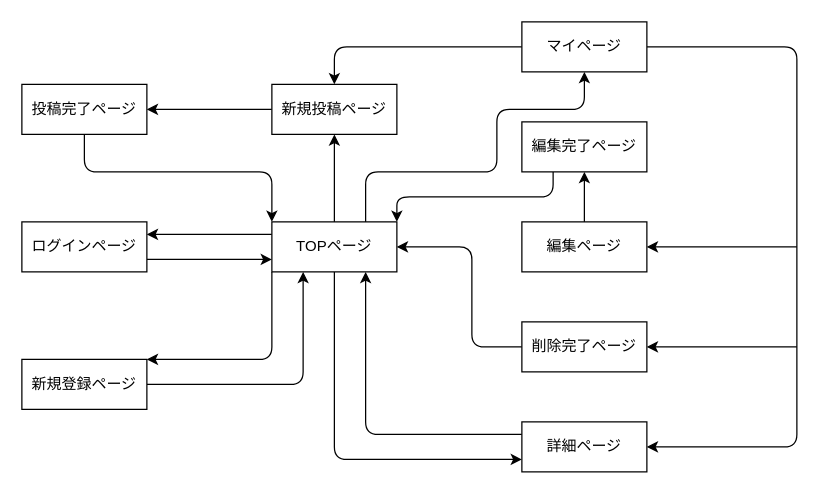
This is screen_transition_diagram.dio from Shaitaxx/gadget, a draw.io file, before an edit. Source tidied: cells renumbered, new cells numbered last; positions are measured from the earlier drawing's top-left corner, leaving out a move shared by most shapes. Both pictures are drawn from the tidied source at 125%, with x=0, y=0 at pixel (21, 21).
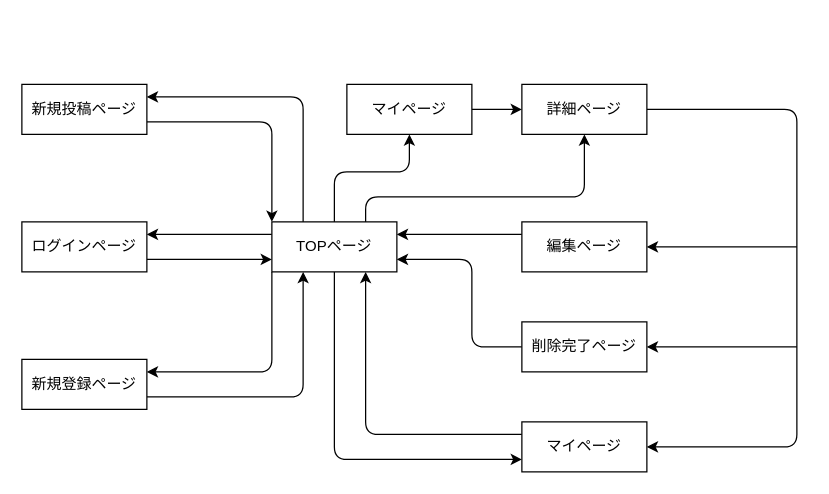
Above is the later version.

Unchanged cells that the change refers to:
```xml
<mxCell id="7" value="TOPページ" style="whiteSpace=wrap;html=1;align=center;" parent="1" vertex="1">
  <mxGeometry x="200" y="160" width="100" height="40" as="geometry" />
</mxCell>
<mxCell id="17" value="編集ページ" style="whiteSpace=wrap;html=1;align=center;" parent="1" vertex="1">
  <mxGeometry x="400" y="160" width="100" height="40" as="geometry" />
</mxCell>
<mxCell id="20" value="削除完了ページ" style="whiteSpace=wrap;html=1;align=center;" parent="1" vertex="1">
  <mxGeometry x="400" y="240" width="100" height="40" as="geometry" />
</mxCell>
<mxCell id="28" value="新規登録ページ" style="whiteSpace=wrap;html=1;align=center;" parent="1" vertex="1">
  <mxGeometry y="270" width="100" height="40" as="geometry" />
</mxCell>
```

Change to the diagram source:
```diff
@@
-    <mxCell id="2" style="edgeStyle=none;html=1;exitX=0.5;exitY=0;exitDx=0;exitDy=0;entryX=0.5;entryY=1;entryDx=0;entryDy=0;" parent="1" edge="1" source="7" target="9">
-      <mxGeometry relative="1" as="geometry" />
+    <mxCell id="2" style="edgeStyle=none;html=1;exitX=0.25;exitY=0;exitDx=0;exitDy=0;entryX=1;entryY=0.25;entryDx=0;entryDy=0;" parent="1" edge="1" source="7" target="9">
+      <mxGeometry relative="1" as="geometry">
+        <Array as="points">
+          <mxPoint x="225" y="60" />
+        </Array>
+      </mxGeometry>
     </mxCell>
@@
-    <mxCell id="5" style="edgeStyle=none;html=1;exitX=0;exitY=1;exitDx=0;exitDy=0;entryX=1;entryY=0;entryDx=0;entryDy=0;startArrow=none;startFill=0;endArrow=classic;endFill=1;" parent="1" edge="1" source="7" target="28">
+    <mxCell id="5" style="edgeStyle=none;html=1;exitX=0;exitY=1;exitDx=0;exitDy=0;entryX=1;entryY=0.25;entryDx=0;entryDy=0;startArrow=none;startFill=0;endArrow=classic;endFill=1;" parent="1" edge="1" source="7" target="28">
       <mxGeometry relative="1" as="geometry">
         <Array as="points">
-          <mxPoint x="200" y="220" />
-          <mxPoint x="200" y="270" />
+          <mxPoint x="200" y="280" />
         </Array>
       </mxGeometry>
     </mxCell>
     <mxCell id="6" style="edgeStyle=none;html=1;exitX=0.75;exitY=0;exitDx=0;exitDy=0;entryX=0.5;entryY=1;entryDx=0;entryDy=0;" parent="1" edge="1" source="7" target="12">
       <mxGeometry relative="1" as="geometry">
         <Array as="points">
-          <mxPoint x="275" y="120" />
-          <mxPoint x="380" y="120" />
-          <mxPoint x="380" y="100" />
-          <mxPoint x="380" y="70" />
-          <mxPoint x="450" y="70" />
+          <mxPoint x="275" y="140" />
+          <mxPoint x="450" y="140" />
         </Array>
       </mxGeometry>
     </mxCell>
+    <mxCell id="29" style="edgeStyle=none;html=1;exitX=0.5;exitY=0;exitDx=0;exitDy=0;entryX=0.5;entryY=1;entryDx=0;entryDy=0;" parent="1" edge="1" source="7" target="33">
+      <mxGeometry relative="1" as="geometry">
+        <Array as="points">
+          <mxPoint x="250" y="120" />
+          <mxPoint x="310" y="120" />
+        </Array>
+      </mxGeometry>
+    </mxCell>
@@
-    <mxCell id="8" style="edgeStyle=none;html=1;exitX=0;exitY=0.5;exitDx=0;exitDy=0;entryX=1;entryY=0.5;entryDx=0;entryDy=0;" parent="1" edge="1" source="9" target="24">
-      <mxGeometry relative="1" as="geometry" />
-    </mxCell>
+    <mxCell id="30" style="edgeStyle=none;html=1;exitX=1;exitY=0.75;exitDx=0;exitDy=0;entryX=0;entryY=0;entryDx=0;entryDy=0;" parent="1" edge="1" source="9" target="7">
+      <mxGeometry relative="1" as="geometry">
+        <Array as="points">
+          <mxPoint x="200" y="80" />
+        </Array>
+      </mxGeometry>
+    </mxCell>
     <mxCell id="9" value="新規投稿ページ" style="whiteSpace=wrap;html=1;align=center;" parent="1" vertex="1">
-      <mxGeometry x="200" y="50" width="100" height="40" as="geometry" />
+      <mxGeometry y="50" width="100" height="40" as="geometry" />
     </mxCell>
-    <mxCell id="10" style="edgeStyle=none;html=1;exitX=0;exitY=0.5;exitDx=0;exitDy=0;entryX=0.5;entryY=0;entryDx=0;entryDy=0;" parent="1" edge="1" source="12" target="9">
-      <mxGeometry relative="1" as="geometry">
-        <Array as="points">
-          <mxPoint x="250" y="20" />
-        </Array>
-      </mxGeometry>
-    </mxCell>
     <mxCell id="11" style="edgeStyle=none;html=1;exitX=1;exitY=0.5;exitDx=0;exitDy=0;entryX=1;entryY=0.5;entryDx=0;entryDy=0;" parent="1" edge="1" source="12" target="22">
       <mxGeometry relative="1" as="geometry">
         <Array as="points">
-          <mxPoint x="620" y="20" />
+          <mxPoint x="620" y="70" />
           <mxPoint x="620" y="180" />
           <mxPoint x="620" y="340" />
         </Array>
       </mxGeometry>
     </mxCell>
-    <mxCell id="12" value="マイページ" style="whiteSpace=wrap;html=1;align=center;" parent="1" vertex="1">
-      <mxGeometry x="400" width="100" height="40" as="geometry" />
+    <mxCell id="12" value="詳細ページ" style="whiteSpace=wrap;html=1;align=center;" parent="1" vertex="1">
+      <mxGeometry x="400" y="50" width="100" height="40" as="geometry" />
     </mxCell>
-    <mxCell id="13" style="edgeStyle=none;html=1;exitX=0.5;exitY=1;exitDx=0;exitDy=0;entryX=0.5;entryY=0;entryDx=0;entryDy=0;startArrow=classic;startFill=1;endArrow=none;endFill=0;" parent="1" edge="1" source="15" target="17">
-      <mxGeometry relative="1" as="geometry" />
-    </mxCell>
-    <mxCell id="14" style="edgeStyle=none;html=1;exitX=0.25;exitY=1;exitDx=0;exitDy=0;entryX=1;entryY=0;entryDx=0;entryDy=0;startArrow=none;startFill=0;endArrow=classic;endFill=1;" parent="1" edge="1" source="15" target="7">
-      <mxGeometry relative="1" as="geometry">
-        <Array as="points">
-          <mxPoint x="425" y="140" />
-          <mxPoint x="300" y="140" />
-        </Array>
-      </mxGeometry>
-    </mxCell>
-    <mxCell id="15" value="編集完了ページ" style="whiteSpace=wrap;html=1;align=center;" parent="1" vertex="1">
-      <mxGeometry x="400" y="80" width="100" height="40" as="geometry" />
-    </mxCell>
@@
+    <mxCell id="31" style="edgeStyle=none;html=1;exitX=0;exitY=0.25;exitDx=0;exitDy=0;entryX=1;entryY=0.25;entryDx=0;entryDy=0;" parent="1" edge="1" source="17" target="7">
+      <mxGeometry relative="1" as="geometry" />
+    </mxCell>
@@
-    <mxCell id="19" style="edgeStyle=none;html=1;exitX=0;exitY=0.5;exitDx=0;exitDy=0;entryX=1;entryY=0.5;entryDx=0;entryDy=0;startArrow=none;startFill=0;endArrow=classic;endFill=1;" parent="1" edge="1" source="20" target="7">
+    <mxCell id="19" style="edgeStyle=none;html=1;exitX=0;exitY=0.5;exitDx=0;exitDy=0;startArrow=none;startFill=0;endArrow=classic;endFill=1;" parent="1" edge="1" source="20">
       <mxGeometry relative="1" as="geometry">
+        <mxPoint x="300" y="190" as="targetPoint" />
         <Array as="points">
           <mxPoint x="360" y="260" />
-          <mxPoint x="360" y="180" />
+          <mxPoint x="360" y="190" />
         </Array>
       </mxGeometry>
     </mxCell>
@@
-    <mxCell id="22" value="詳細ページ" style="whiteSpace=wrap;html=1;align=center;" parent="1" vertex="1">
+    <mxCell id="22" value="マイページ" style="whiteSpace=wrap;html=1;align=center;" parent="1" vertex="1">
       <mxGeometry x="400" y="320" width="100" height="40" as="geometry" />
     </mxCell>
-    <mxCell id="23" style="edgeStyle=none;html=1;exitX=0.5;exitY=1;exitDx=0;exitDy=0;entryX=0;entryY=0;entryDx=0;entryDy=0;" parent="1" edge="1" source="24" target="7">
-      <mxGeometry relative="1" as="geometry">
-        <Array as="points">
-          <mxPoint x="50" y="120" />
-          <mxPoint x="200" y="120" />
-        </Array>
-      </mxGeometry>
-    </mxCell>
-    <mxCell id="24" value="投稿完了ページ" style="whiteSpace=wrap;html=1;align=center;" parent="1" vertex="1">
-      <mxGeometry y="50" width="100" height="40" as="geometry" />
-    </mxCell>
@@
-    <mxCell id="27" style="edgeStyle=none;html=1;exitX=1;exitY=0.5;exitDx=0;exitDy=0;entryX=0.25;entryY=1;entryDx=0;entryDy=0;startArrow=none;startFill=0;endArrow=classic;endFill=1;" parent="1" edge="1" source="28" target="7">
+    <mxCell id="27" style="edgeStyle=none;html=1;exitX=1;exitY=0.75;exitDx=0;exitDy=0;entryX=0.25;entryY=1;entryDx=0;entryDy=0;startArrow=none;startFill=0;endArrow=classic;endFill=1;" parent="1" edge="1" source="28" target="7">
       <mxGeometry relative="1" as="geometry">
         <Array as="points">
-          <mxPoint x="225" y="290" />
+          <mxPoint x="225" y="300" />
         </Array>
       </mxGeometry>
     </mxCell>
@@
+    <mxCell id="32" style="edgeStyle=none;html=1;entryX=0;entryY=0.5;entryDx=0;entryDy=0;" parent="1" edge="1" source="33" target="12">
+      <mxGeometry relative="1" as="geometry" />
+    </mxCell>
+    <mxCell id="33" value="マイページ" style="whiteSpace=wrap;html=1;align=center;" parent="1" vertex="1">
+      <mxGeometry x="260" y="50" width="100" height="40" as="geometry" />
+    </mxCell>
```
